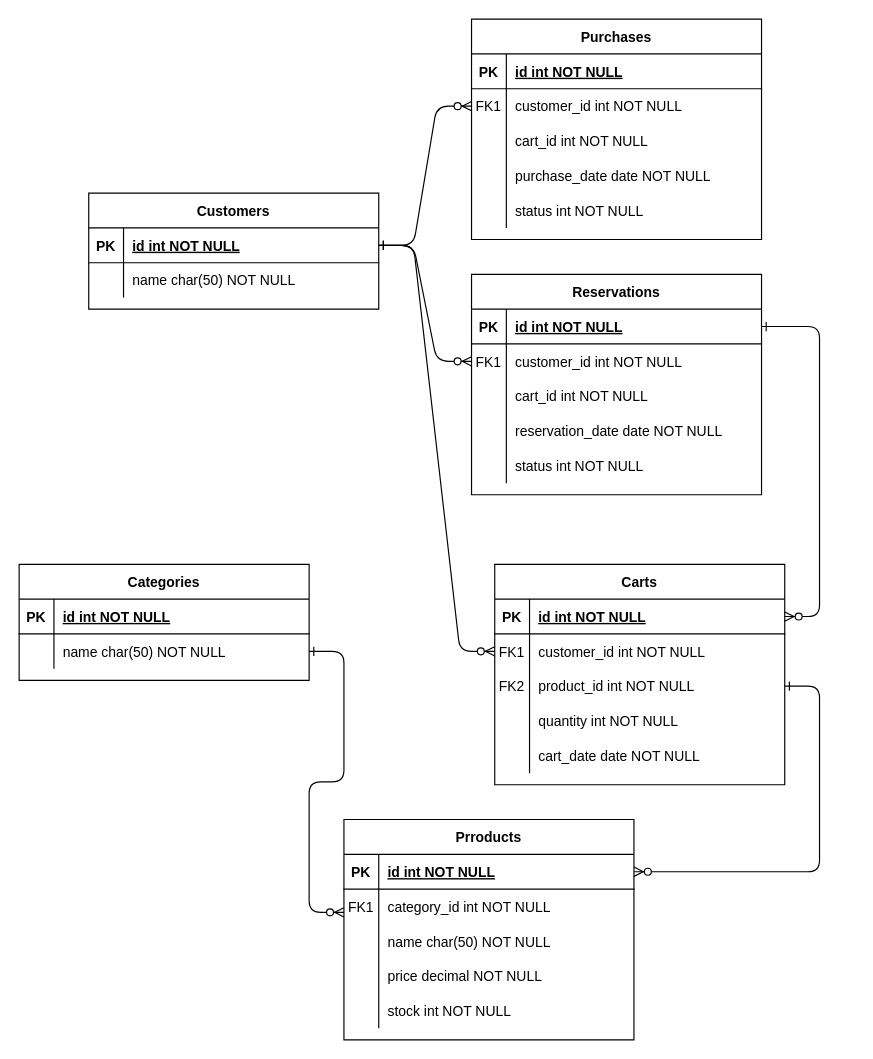
This is docs/planeamento/Modelo ER/diagramas/loja_suplementos.drawio from tskxz/loja-suplementos, a draw.io file, before an edit. Source tidied: cells renumbered, new cells numbered last; positions are measured from the earlier drawing's top-left corner, leaving out a move shared by most shapes. Both pictures are drawn from the tidied source at 116%, with x=0, y=0 at pixel (19, 19).
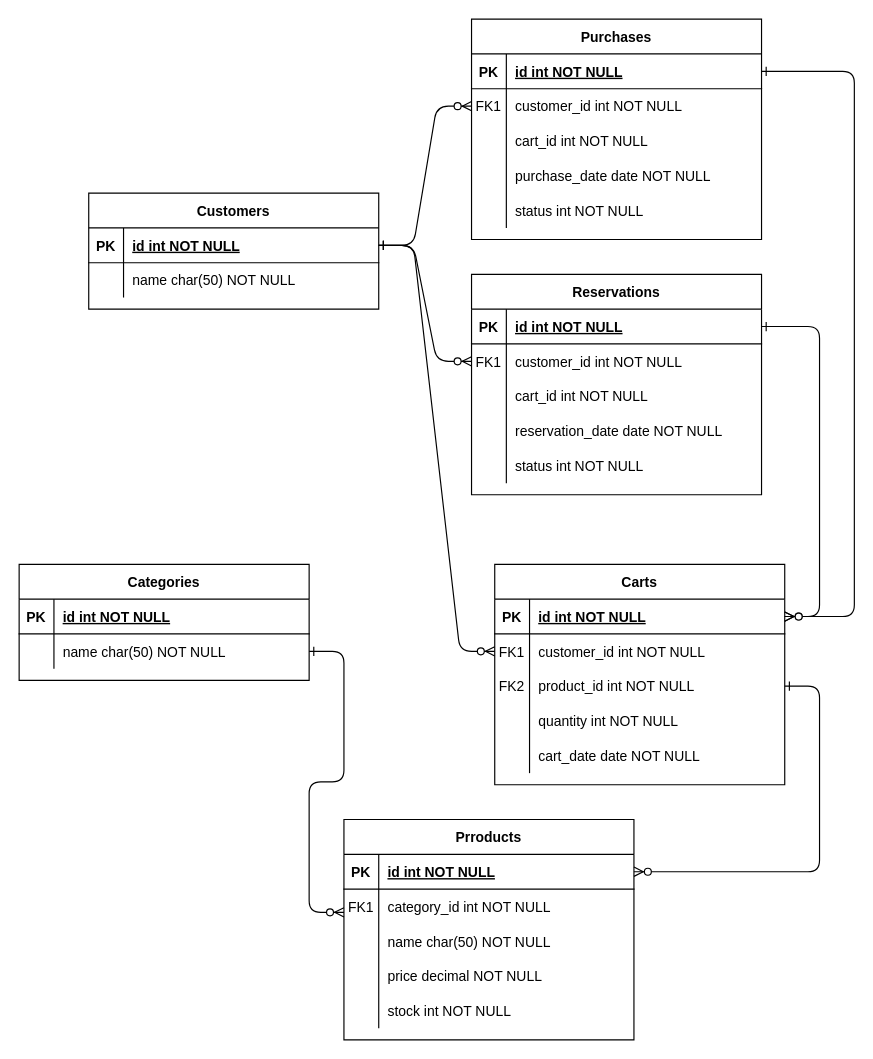
Above is the later version.

The change refers to these unchanged cells:
```xml
<mxCell id="20" style="shape=partialRectangle;fillColor=none;points=[[0,0.5],[1,0.5]];portConstraint=eastwest;top=0;left=0;right=0;bottom=1;" parent="19" vertex="1">
  <mxGeometry y="30" width="250" height="30" as="geometry" />
</mxCell>
<mxCell id="68" style="shape=partialRectangle;fillColor=none;points=[[0,0.5],[1,0.5]];portConstraint=eastwest;top=0;left=0;right=0;bottom=1;" parent="67" vertex="1">
  <mxGeometry y="30" width="250" height="30" as="geometry" />
</mxCell>
```

Change to the diagram source:
```diff
@@
+    <mxCell id="86" style="edgeStyle=orthogonalEdgeStyle;endArrow=ERzeroToMany;startArrow=ERone;endFill=1;startFill=0;exitX=1;exitY=0.5;exitDx=0;exitDy=0;" parent="1" edge="1" source="68" target="20">
+      <mxGeometry relative="1" as="geometry">
+        <Array as="points">
+          <mxPoint x="720" y="45" />
+          <mxPoint x="720" y="515" />
+        </Array>
+      </mxGeometry>
+    </mxCell>
```
